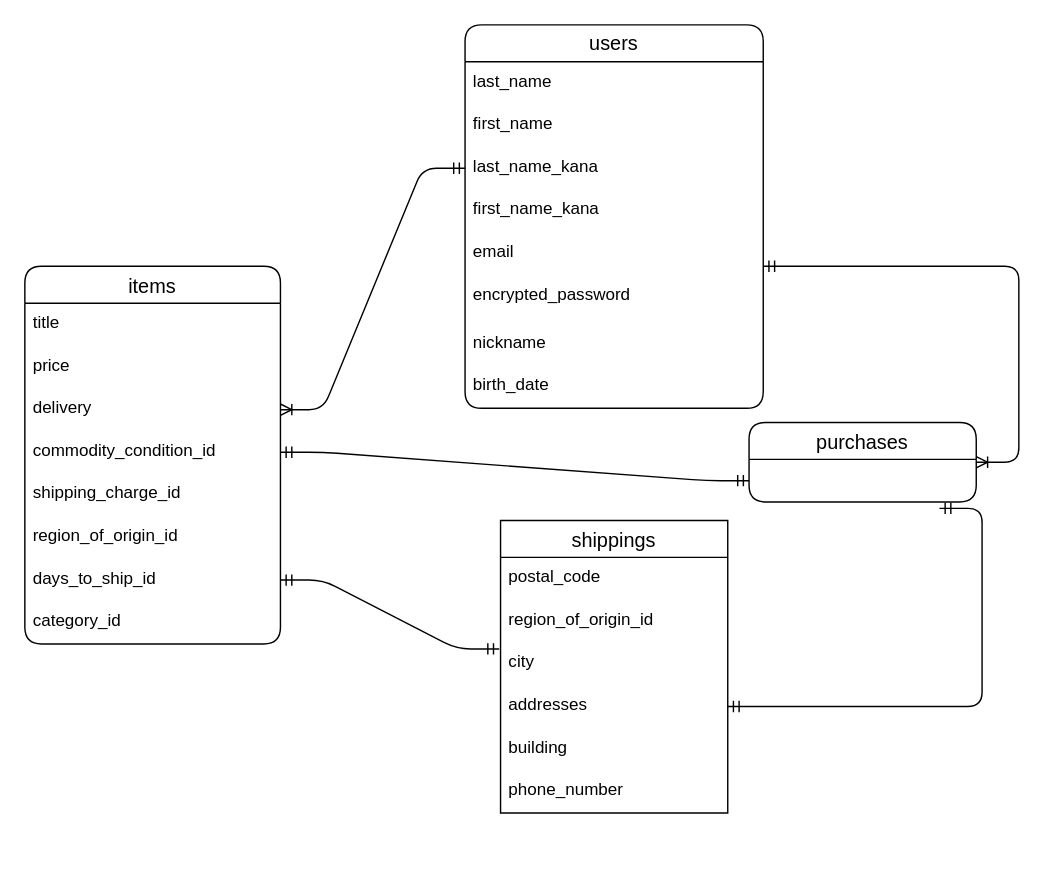
suzukazu696969/furima-38767 keeps this draw.io diagram as furima.dio. Above is the earlier version. Source tidied: cells renumbered, new cells numbered last; positions are measured from the earlier drawing's top-left corner, leaving out a move shared by most shapes. Both pictures are drawn from the tidied source at 142%, with x=0, y=0 at pixel (24, 24).
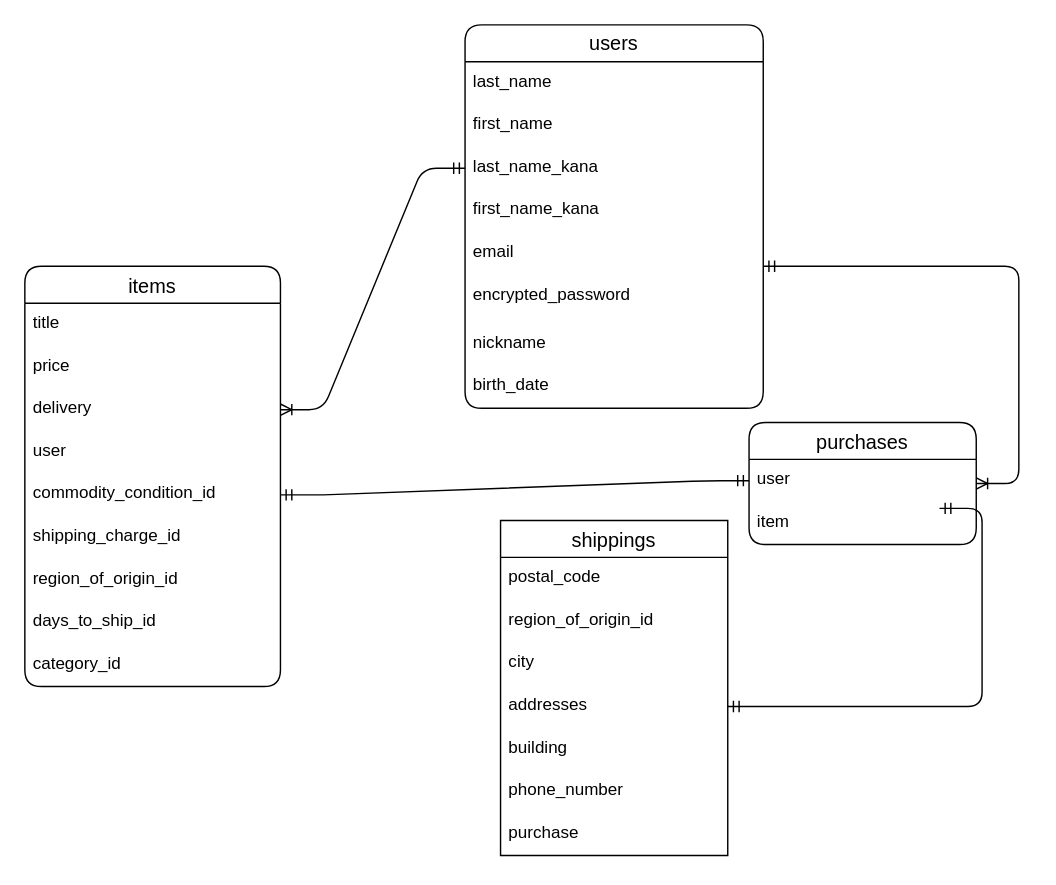
The same diagram, later.

Commit message:
ER図再度修正

Unchanged cells that the change refers to:
```xml
<mxCell id="16" value="city" style="text;strokeColor=none;fillColor=none;spacingLeft=4;spacingRight=4;overflow=hidden;points=[[0,0.5],[1,0.5]];portConstraint=eastwest;fontSize=12;" parent="13" vertex="1">
  <mxGeometry y="86" width="160" height="30" as="geometry" />
</mxCell>
```

The edit, as a diff of the source:
```diff
@@
     <mxCell id="12" value="purchases" style="swimlane;fontStyle=0;horizontal=1;startSize=26;align=center;fontSize=14;rounded=1;fillColor=none;gradientColor=#ffffff;" parent="1" vertex="1">
-      <mxGeometry x="510" y="280" width="160" height="56" as="geometry" />
+      <mxGeometry x="510" y="280" width="160" height="86" as="geometry" />
     </mxCell>
+    <mxCell id="34" value="user" style="text;strokeColor=none;fillColor=none;spacingLeft=4;spacingRight=4;overflow=hidden;fontSize=12;" parent="12" vertex="1">
+      <mxGeometry y="26" width="160" height="30" as="geometry" />
+    </mxCell>
+    <mxCell id="35" value="item " style="text;strokeColor=none;fillColor=none;spacingLeft=4;spacingRight=4;overflow=hidden;fontSize=12;" parent="12" vertex="1">
+      <mxGeometry y="56" width="160" height="30" as="geometry" />
+    </mxCell>
     <mxCell id="13" value="shippings" style="swimlane;fontStyle=0;horizontal=1;startSize=26;align=center;fontSize=14;" parent="1" vertex="1">
-      <mxGeometry x="335" y="349" width="160" height="206" as="geometry" />
+      <mxGeometry x="335" y="349" width="160" height="236" as="geometry" />
     </mxCell>
@@
+    <mxCell id="36" value="purchase " style="text;strokeColor=none;fillColor=none;spacingLeft=4;spacingRight=4;overflow=hidden;fontSize=12;" parent="13" vertex="1">
+      <mxGeometry y="206" width="160" height="30" as="geometry" />
+    </mxCell>
     <mxCell id="20" value="items" style="swimlane;fontStyle=0;horizontal=1;startSize=26;align=center;fontSize=14;rounded=1;fillColor=none;gradientColor=#ffffff;" parent="1" vertex="1">
-      <mxGeometry y="170" width="180" height="266" as="geometry" />
+      <mxGeometry y="170" width="180" height="296" as="geometry" />
     </mxCell>
@@
+    <mxCell id="37" value="user" style="text;strokeColor=none;fillColor=none;spacingLeft=4;spacingRight=4;overflow=hidden;fontSize=12;" parent="20" vertex="1">
+      <mxGeometry y="116" width="180" height="30" as="geometry" />
+    </mxCell>
     <mxCell id="24" value="commodity_condition_id" style="text;strokeColor=none;fillColor=none;spacingLeft=4;spacingRight=4;overflow=hidden;points=[[0,0.5],[1,0.5]];portConstraint=eastwest;fontSize=12;" parent="20" vertex="1">
-      <mxGeometry y="116" width="180" height="30" as="geometry" />
+      <mxGeometry y="146" width="180" height="30" as="geometry" />
     </mxCell>
     <mxCell id="25" value="shipping_charge_id" style="text;strokeColor=none;fillColor=none;spacingLeft=4;spacingRight=4;overflow=hidden;fontSize=12;" parent="20" vertex="1">
-      <mxGeometry y="146" width="180" height="30" as="geometry" />
+      <mxGeometry y="176" width="180" height="30" as="geometry" />
     </mxCell>
     <mxCell id="26" value="region_of_origin_id" style="text;strokeColor=none;fillColor=none;spacingLeft=4;spacingRight=4;overflow=hidden;fontSize=12;" parent="20" vertex="1">
-      <mxGeometry y="176" width="180" height="30" as="geometry" />
+      <mxGeometry y="206" width="180" height="30" as="geometry" />
     </mxCell>
     <mxCell id="27" value="days_to_ship_id" style="text;strokeColor=none;fillColor=none;spacingLeft=4;spacingRight=4;overflow=hidden;points=[[0,0.5],[1,0.5]];portConstraint=eastwest;fontSize=12;" parent="20" vertex="1">
-      <mxGeometry y="206" width="180" height="30" as="geometry" />
+      <mxGeometry y="236" width="180" height="30" as="geometry" />
     </mxCell>
     <mxCell id="28" value="category_id" style="text;strokeColor=none;fillColor=none;spacingLeft=4;spacingRight=4;overflow=hidden;fontSize=12;" parent="20" vertex="1">
-      <mxGeometry y="236" width="180" height="30" as="geometry" />
+      <mxGeometry y="266" width="180" height="30" as="geometry" />
     </mxCell>
@@
-    <mxCell id="32" style="edgeStyle=entityRelationEdgeStyle;fontSize=12;html=1;endArrow=ERmandOne;startArrow=ERmandOne;exitX=1;exitY=0.5;exitDx=0;exitDy=0;entryX=-0.006;entryY=0.15;entryDx=0;entryDy=0;entryPerimeter=0;" parent="1" edge="1" source="27" target="16">
-      <mxGeometry relative="1" as="geometry" />
-    </mxCell>
```
